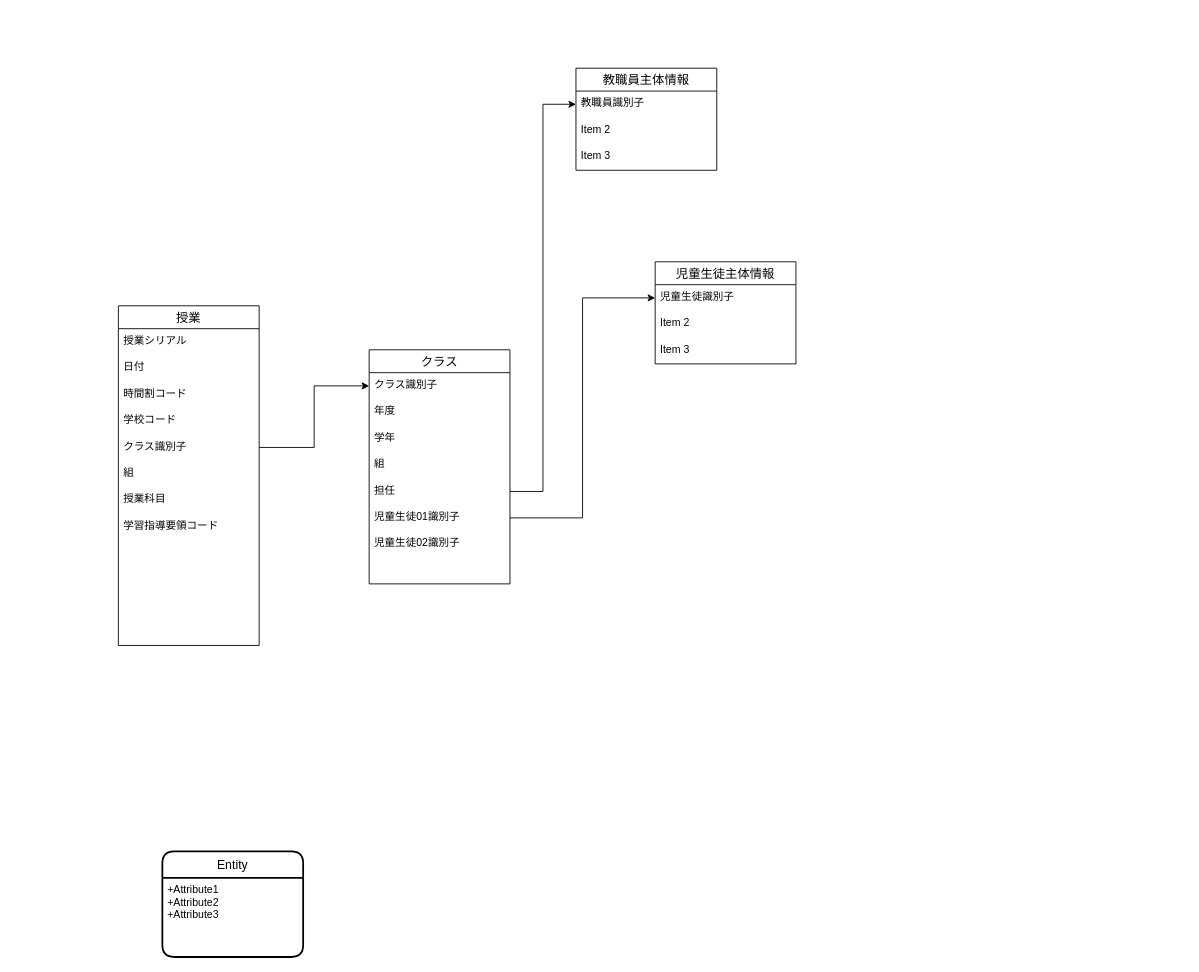
Before: edu_db.drawio in con3code/educode, a draw.io diagram. Source tidied: cells renumbered, new cells numbered last; positions are measured from the earlier drawing's top-left corner, leaving out a move shared by most shapes. Both pictures are drawn from the tidied source at 88%, with x=0, y=0 at pixel (118, 68).
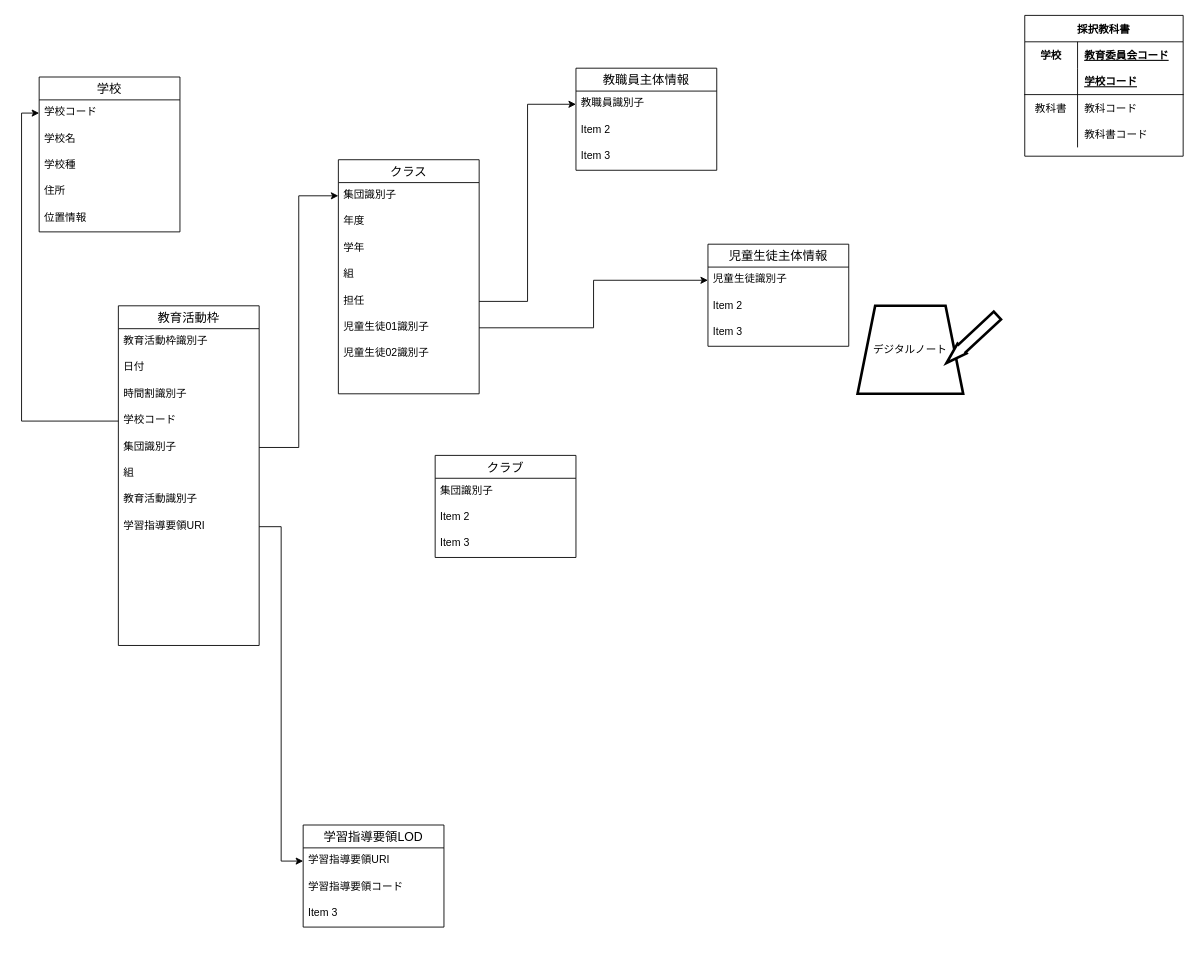
The same page after the edit.

Commit message (it also covers changes not shown here):
edu_db.drawio を更新します

The change refers to these unchanged cells:
```xml
<mxCell id="6" value="学校コード" style="text;strokeColor=none;fillColor=none;spacingLeft=4;spacingRight=4;overflow=hidden;points=[[0,0.5],[1,0.5]];portConstraint=eastwest;fontSize=12;" parent="2" vertex="1">
  <mxGeometry y="116" width="160" height="30" as="geometry" />
</mxCell>
```

What changed in the source:
```diff
@@
-    <mxCell id="2" value="授業" style="swimlane;fontStyle=0;horizontal=1;startSize=26;align=center;fontSize=14;" parent="1" vertex="1">
+    <mxCell id="2" value="教育活動枠" style="swimlane;fontStyle=0;horizontal=1;startSize=26;align=center;fontSize=14;" parent="1" vertex="1">
       <mxGeometry y="270" width="160" height="386" as="geometry" />
     </mxCell>
-    <mxCell id="3" value="授業シリアル" style="text;strokeColor=none;fillColor=none;spacingLeft=4;spacingRight=4;overflow=hidden;fontSize=12;" parent="2" vertex="1">
+    <mxCell id="3" value="教育活動枠識別子" style="text;strokeColor=none;fillColor=none;spacingLeft=4;spacingRight=4;overflow=hidden;fontSize=12;" parent="2" vertex="1">
       <mxGeometry y="26" width="160" height="30" as="geometry" />
     </mxCell>
@@
-    <mxCell id="5" value="時間割コード" style="text;strokeColor=none;fillColor=none;spacingLeft=4;spacingRight=4;overflow=hidden;fontSize=12;" parent="2" vertex="1">
+    <mxCell id="5" value="時間割識別子" style="text;strokeColor=none;fillColor=none;spacingLeft=4;spacingRight=4;overflow=hidden;fontSize=12;" parent="2" vertex="1">
       <mxGeometry y="86" width="160" height="30" as="geometry" />
     </mxCell>
@@
-    <mxCell id="7" value="クラス識別子" style="text;strokeColor=none;fillColor=none;spacingLeft=4;spacingRight=4;overflow=hidden;points=[[0,0.5],[1,0.5]];portConstraint=eastwest;fontSize=12;" parent="2" vertex="1">
+    <mxCell id="7" value="集団識別子" style="text;strokeColor=none;fillColor=none;spacingLeft=4;spacingRight=4;overflow=hidden;points=[[0,0.5],[1,0.5]];portConstraint=eastwest;fontSize=12;" parent="2" vertex="1">
       <mxGeometry y="146" width="160" height="30" as="geometry" />
     </mxCell>
@@
-    <mxCell id="9" value="授業科目" style="text;strokeColor=none;fillColor=none;spacingLeft=4;spacingRight=4;overflow=hidden;fontSize=12;" parent="2" vertex="1">
+    <mxCell id="9" value="教育活動識別子" style="text;strokeColor=none;fillColor=none;spacingLeft=4;spacingRight=4;overflow=hidden;fontSize=12;" parent="2" vertex="1">
       <mxGeometry y="206" width="160" height="30" as="geometry" />
     </mxCell>
-    <mxCell id="10" value="学習指導要領コード" style="text;strokeColor=none;fillColor=none;spacingLeft=4;spacingRight=4;overflow=hidden;points=[[0,0.5],[1,0.5]];portConstraint=eastwest;fontSize=12;" parent="2" vertex="1">
+    <mxCell id="10" value="学習指導要領URI" style="text;strokeColor=none;fillColor=none;spacingLeft=4;spacingRight=4;overflow=hidden;points=[[0,0.5],[1,0.5]];portConstraint=eastwest;fontSize=12;" parent="2" vertex="1">
       <mxGeometry y="236" width="160" height="30" as="geometry" />
     </mxCell>
@@
-    <mxCell id="15" value="Entity" style="swimlane;horizontal=1;startSize=30;rounded=1;fontSize=14;fontStyle=0;strokeWidth=2;shadow=0;dashed=0;align=center;" parent="1" vertex="1">
-      <mxGeometry x="50" y="890" width="160" height="120" as="geometry" />
-    </mxCell>
-    <mxCell id="16" value="+Attribute1&#10;+Attribute2&#10;+Attribute3" style="align=left;strokeColor=none;fillColor=none;spacingLeft=4;fontSize=12;verticalAlign=top;" parent="15" vertex="1">
-      <mxGeometry y="30" width="160" height="90" as="geometry" />
-    </mxCell>
     <mxCell id="17" value="クラス" style="swimlane;fontStyle=0;horizontal=1;startSize=26;align=center;fontSize=14;" parent="1" vertex="1">
-      <mxGeometry x="285" y="320" width="160" height="266" as="geometry" />
+      <mxGeometry x="250" y="104" width="160" height="266" as="geometry" />
     </mxCell>
-    <mxCell id="18" value="クラス識別子" style="text;strokeColor=none;fillColor=none;spacingLeft=4;spacingRight=4;overflow=hidden;points=[[0,0.5],[1,0.5]];portConstraint=eastwest;fontSize=12;" parent="17" vertex="1">
+    <mxCell id="18" value="集団識別子" style="text;strokeColor=none;fillColor=none;spacingLeft=4;spacingRight=4;overflow=hidden;points=[[0,0.5],[1,0.5]];portConstraint=eastwest;fontSize=12;" parent="17" vertex="1">
       <mxGeometry y="26" width="160" height="30" as="geometry" />
     </mxCell>
@@
     <mxCell id="27" value="児童生徒主体情報" style="swimlane;fontStyle=0;horizontal=1;startSize=26;align=center;fontSize=14;" parent="1" vertex="1">
-      <mxGeometry x="610" y="220" width="160" height="116" as="geometry" />
+      <mxGeometry x="670" y="200" width="160" height="116" as="geometry" />
     </mxCell>
@@
+    <mxCell id="37" value="採択教科書" style="shape=table;startSize=30;childLayout=tableLayout;rowLines=0;fontStyle=1;align=center;" parent="1" vertex="1">
+      <mxGeometry x="1030" y="-60" width="180" height="160" as="geometry" />
+    </mxCell>
+    <mxCell id="38" style="shape=tableRow;horizontal=0;startSize=0;swimlaneHead=0;swimlaneBody=0;fillColor=none;top=0;left=0;right=0;bottom=0;" parent="37" vertex="1">
+      <mxGeometry y="30" width="180" height="30" as="geometry" />
+    </mxCell>
+    <mxCell id="39" value="学校" style="shape=partialRectangle;fillColor=none;top=0;left=0;bottom=0;right=0;fontStyle=1;overflow=hidden;" parent="38" vertex="1">
+      <mxGeometry width="60" height="30" as="geometry" />
+    </mxCell>
+    <mxCell id="40" value="教育委員会コード" style="shape=partialRectangle;fillColor=none;top=0;left=0;bottom=0;right=0;align=left;spacingLeft=6;fontStyle=5;overflow=hidden;" parent="38" vertex="1">
+      <mxGeometry x="60" width="120" height="30" as="geometry" />
+    </mxCell>
+    <mxCell id="41" style="shape=tableRow;horizontal=0;startSize=0;swimlaneHead=0;swimlaneBody=0;fillColor=none;top=0;left=0;right=0;bottom=1;" parent="37" vertex="1">
+      <mxGeometry y="60" width="180" height="30" as="geometry" />
+    </mxCell>
+    <mxCell id="42" style="shape=partialRectangle;fillColor=none;top=0;left=0;bottom=0;right=0;fontStyle=1;overflow=hidden;" parent="41" vertex="1">
+      <mxGeometry width="60" height="30" as="geometry" />
+    </mxCell>
+    <mxCell id="43" value="学校コード" style="shape=partialRectangle;fillColor=none;top=0;left=0;bottom=0;right=0;align=left;spacingLeft=6;fontStyle=5;overflow=hidden;" parent="41" vertex="1">
+      <mxGeometry x="60" width="120" height="30" as="geometry" />
+    </mxCell>
+    <mxCell id="44" style="shape=tableRow;horizontal=0;startSize=0;swimlaneHead=0;swimlaneBody=0;fillColor=none;top=0;left=0;right=0;bottom=0;" parent="37" vertex="1">
+      <mxGeometry y="90" width="180" height="30" as="geometry" />
+    </mxCell>
+    <mxCell id="45" value="教科書" style="shape=partialRectangle;fillColor=none;top=0;left=0;bottom=0;right=0;overflow=hidden;" parent="44" vertex="1">
+      <mxGeometry width="60" height="30" as="geometry" />
+    </mxCell>
+    <mxCell id="46" value="教科コード" style="shape=partialRectangle;fillColor=none;top=0;left=0;bottom=0;right=0;align=left;spacingLeft=6;overflow=hidden;" parent="44" vertex="1">
+      <mxGeometry x="60" width="120" height="30" as="geometry" />
+    </mxCell>
+    <mxCell id="47" style="shape=tableRow;horizontal=0;startSize=0;swimlaneHead=0;swimlaneBody=0;fillColor=none;top=0;left=0;right=0;bottom=0;" parent="37" vertex="1">
+      <mxGeometry y="120" width="180" height="30" as="geometry" />
+    </mxCell>
+    <mxCell id="48" style="shape=partialRectangle;fillColor=none;top=0;left=0;bottom=0;right=0;overflow=hidden;" parent="47" vertex="1">
+      <mxGeometry width="60" height="30" as="geometry" />
+    </mxCell>
+    <mxCell id="49" value="教科書コード" style="shape=partialRectangle;fillColor=none;top=0;left=0;bottom=0;right=0;align=left;spacingLeft=6;overflow=hidden;" parent="47" vertex="1">
+      <mxGeometry x="60" width="120" height="30" as="geometry" />
+    </mxCell>
+    <mxCell id="50" value="学習指導要領LOD" style="swimlane;fontStyle=0;horizontal=1;startSize=26;align=center;fontSize=14;" parent="1" vertex="1">
+      <mxGeometry x="210" y="860" width="160" height="116" as="geometry" />
+    </mxCell>
+    <mxCell id="51" value="学習指導要領URI" style="text;strokeColor=none;fillColor=none;spacingLeft=4;spacingRight=4;overflow=hidden;points=[[0,0.5],[1,0.5]];portConstraint=eastwest;fontSize=12;" parent="50" vertex="1">
+      <mxGeometry y="26" width="160" height="30" as="geometry" />
+    </mxCell>
+    <mxCell id="52" value="学習指導要領コード" style="text;strokeColor=none;fillColor=none;spacingLeft=4;spacingRight=4;overflow=hidden;fontSize=12;" parent="50" vertex="1">
+      <mxGeometry y="56" width="160" height="30" as="geometry" />
+    </mxCell>
+    <mxCell id="53" value="Item 3" style="text;strokeColor=none;fillColor=none;spacingLeft=4;spacingRight=4;overflow=hidden;fontSize=12;" parent="50" vertex="1">
+      <mxGeometry y="86" width="160" height="30" as="geometry" />
+    </mxCell>
+    <mxCell id="54" value="学校" style="swimlane;fontStyle=0;horizontal=1;startSize=26;align=center;fontSize=14;" parent="1" vertex="1">
+      <mxGeometry x="-90" y="10" width="160" height="176" as="geometry" />
+    </mxCell>
+    <mxCell id="55" value="学校コード" style="text;strokeColor=none;fillColor=none;spacingLeft=4;spacingRight=4;overflow=hidden;points=[[0,0.5],[1,0.5]];portConstraint=eastwest;fontSize=12;" parent="54" vertex="1">
+      <mxGeometry y="26" width="160" height="30" as="geometry" />
+    </mxCell>
+    <mxCell id="56" value="学校名" style="text;strokeColor=none;fillColor=none;spacingLeft=4;spacingRight=4;overflow=hidden;fontSize=12;" parent="54" vertex="1">
+      <mxGeometry y="56" width="160" height="30" as="geometry" />
+    </mxCell>
+    <mxCell id="57" value="学校種" style="text;strokeColor=none;fillColor=none;spacingLeft=4;spacingRight=4;overflow=hidden;fontSize=12;" parent="54" vertex="1">
+      <mxGeometry y="86" width="160" height="30" as="geometry" />
+    </mxCell>
+    <mxCell id="58" value="住所" style="text;strokeColor=none;fillColor=none;spacingLeft=4;spacingRight=4;overflow=hidden;fontSize=12;" parent="54" vertex="1">
+      <mxGeometry y="116" width="160" height="30" as="geometry" />
+    </mxCell>
+    <mxCell id="59" value="位置情報" style="text;strokeColor=none;fillColor=none;spacingLeft=4;spacingRight=4;overflow=hidden;fontSize=12;" parent="54" vertex="1">
+      <mxGeometry y="146" width="160" height="30" as="geometry" />
+    </mxCell>
+    <mxCell id="60" style="edgeStyle=orthogonalEdgeStyle;rounded=0;jettySize=auto;html=1;entryX=0;entryY=0.5;entryDx=0;entryDy=0;" parent="1" edge="1" source="6" target="55">
+      <mxGeometry relative="1" as="geometry" />
+    </mxCell>
+    <mxCell id="61" style="edgeStyle=orthogonalEdgeStyle;rounded=0;jettySize=auto;html=1;entryX=0;entryY=0.5;entryDx=0;entryDy=0;" parent="1" edge="1" source="10" target="51">
+      <mxGeometry relative="1" as="geometry" />
+    </mxCell>
+    <mxCell id="62" value="デジタルノート" style="shape=trapezoid;perimeter=trapezoidPerimeter;whiteSpace=wrap;html=1;fixedSize=1;strokeWidth=3;" parent="1" vertex="1">
+      <mxGeometry x="840" y="270" width="120" height="100" as="geometry" />
+    </mxCell>
+    <mxCell id="63" style="shape=flexArrow;endArrow=classic;html=1;rounded=0;endWidth=0;endSize=7.0248275862068965;strokeWidth=3;fillColor=default;" parent="1" edge="1">
+      <mxGeometry relative="1" as="geometry">
+        <mxPoint x="1000" y="280" as="sourcePoint" />
+        <mxPoint x="940" y="336" as="targetPoint" />
+      </mxGeometry>
+    </mxCell>
+    <mxCell id="64" value="クラブ" style="swimlane;fontStyle=0;horizontal=1;startSize=26;align=center;fontSize=14;strokeWidth=1;" parent="1" vertex="1">
+      <mxGeometry x="360" y="440" width="160" height="116" as="geometry" />
+    </mxCell>
+    <mxCell id="65" value="集団識別子" style="text;strokeColor=none;fillColor=none;spacingLeft=4;spacingRight=4;overflow=hidden;fontSize=12;strokeWidth=3;" parent="64" vertex="1">
+      <mxGeometry y="26" width="160" height="30" as="geometry" />
+    </mxCell>
+    <mxCell id="66" value="Item 2" style="text;strokeColor=none;fillColor=none;spacingLeft=4;spacingRight=4;overflow=hidden;fontSize=12;strokeWidth=3;" parent="64" vertex="1">
+      <mxGeometry y="56" width="160" height="30" as="geometry" />
+    </mxCell>
+    <mxCell id="67" value="Item 3" style="text;strokeColor=none;fillColor=none;spacingLeft=4;spacingRight=4;overflow=hidden;fontSize=12;strokeWidth=3;" parent="64" vertex="1">
+      <mxGeometry y="86" width="160" height="30" as="geometry" />
+    </mxCell>
```
